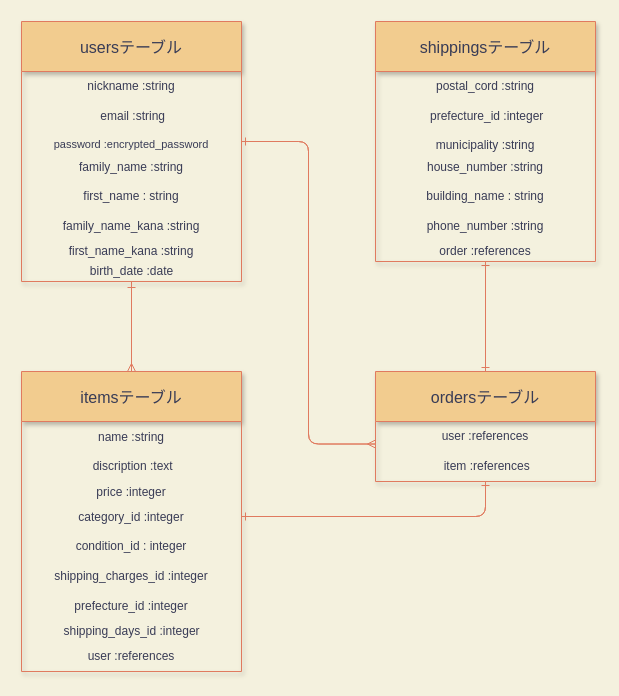
Above: furima.dio in y-yano0910/furima-34781 (draw.io), before the change. Source tidied: cells renumbered, new cells numbered last; positions are measured from the earlier drawing's top-left corner, leaving out a move shared by most shapes. Both pictures are drawn from the tidied source at 100%, with x=0, y=0 at pixel (21, 21).
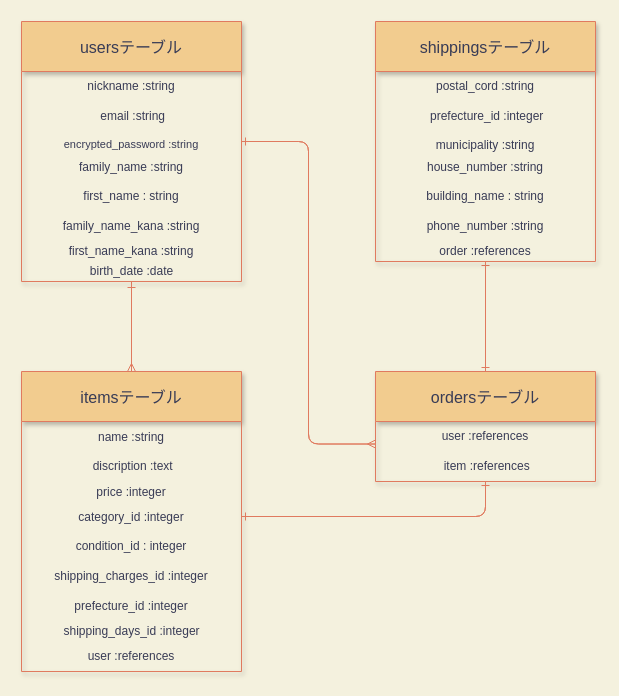
After the change.

Commit message (it also covers changes not shown here):
データベース設計の再修正

The change refers to these unchanged cells:
```xml
<mxCell id="3" value="usersテーブル" style="swimlane;fontStyle=0;horizontal=1;startSize=50;align=center;fontSize=16;shadow=1;fillColor=#F2CC8F;strokeColor=#E07A5F;fontColor=#393C56;" parent="1" vertex="1">
  <mxGeometry width="220" height="260" as="geometry" />
</mxCell>
```

What changed in the source:
```diff
@@
-    <mxCell id="6" value="password :encrypted_password" style="text;strokeColor=none;fillColor=none;spacingLeft=4;spacingRight=4;overflow=hidden;points=[[0,0.5],[1,0.5]];portConstraint=eastwest;fontSize=11;align=center;fontColor=#393C56;" parent="3" vertex="1">
+    <mxCell id="6" value="encrypted_password :string" style="text;strokeColor=none;fillColor=none;spacingLeft=4;spacingRight=4;overflow=hidden;points=[[0,0.5],[1,0.5]];portConstraint=eastwest;fontSize=11;align=center;fontColor=#393C56;" parent="3" vertex="1">
       <mxGeometry y="110" width="220" height="20" as="geometry" />
     </mxCell>
```
